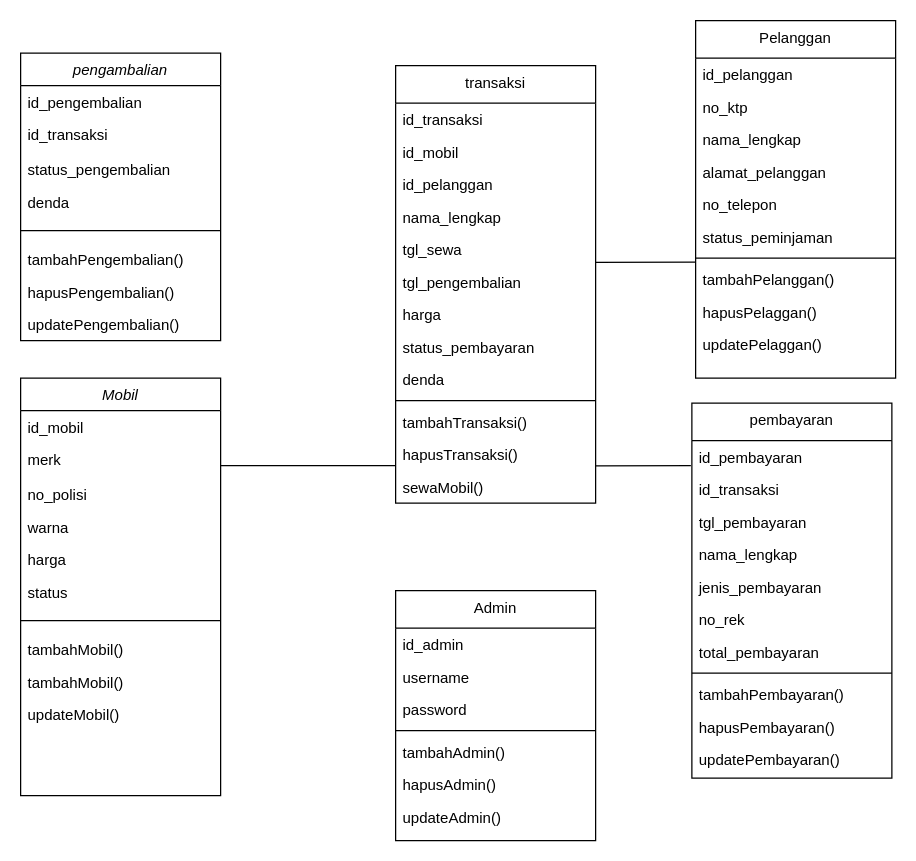
MarshelArd/Basdat keeps this draw.io diagram as class diagram/Untitled Diagram.drawio. Above is the earlier version. Source tidied: cells renumbered, new cells numbered last; positions are measured from the earlier drawing's top-left corner, leaving out a move shared by most shapes. Both pictures are drawn from the tidied source at 125%, with x=0, y=0 at pixel (20, 20).
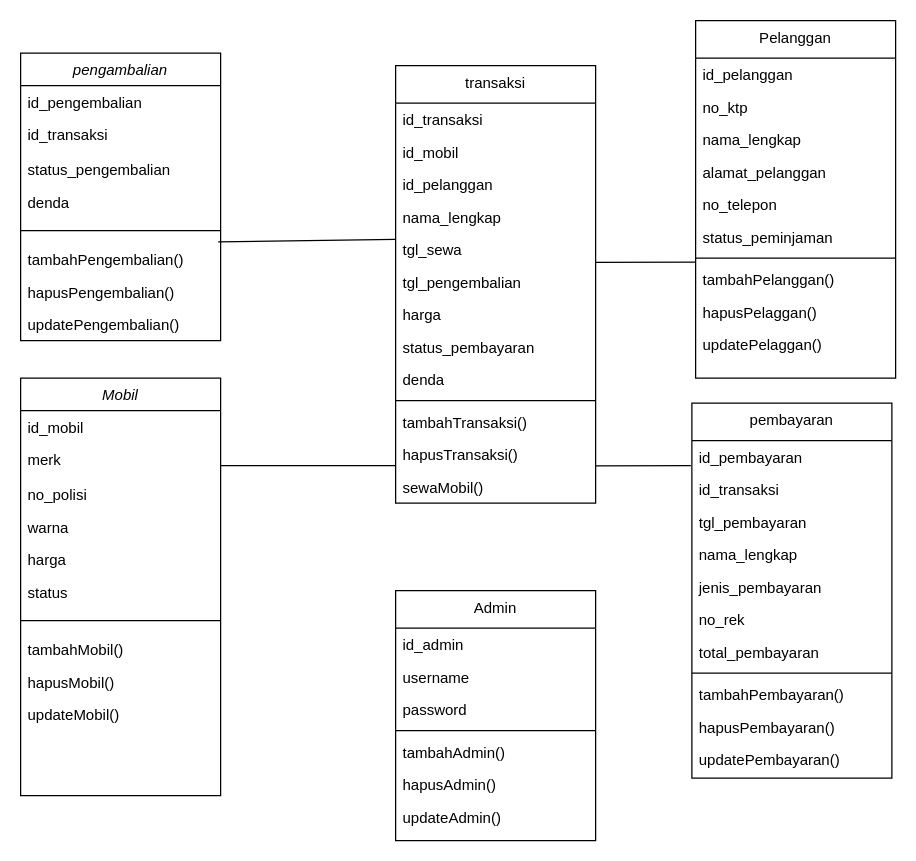
The same page after the edit.

Unchanged cells that the change refers to:
```xml
<mxCell id="2" value="Mobil" style="swimlane;fontStyle=2;align=center;verticalAlign=top;horizontal=1;startSize=26;rounded=0;shadow=0;strokeWidth=1;" parent="1" vertex="1">
  <mxGeometry y="286" width="160" height="334" as="geometry" />
</mxCell>
<mxCell id="18" value="tgl_sewa" style="text;align=left;verticalAlign=top;spacingLeft=4;spacingRight=4;overflow=hidden;points=[[0,0.5],[1,0.5]];portConstraint=eastwest;rounded=0;shadow=0;html=0;" parent="13" vertex="1">
  <mxGeometry y="134" width="160" height="26" as="geometry" />
</mxCell>
<mxCell id="58" value="tambahPengembalian()" style="text;align=left;verticalAlign=top;spacingLeft=4;spacingRight=4;overflow=hidden;points=[[0,0.5],[1,0.5]];portConstraint=eastwest;" parent="52" vertex="1">
  <mxGeometry y="152" width="160" height="26" as="geometry" />
</mxCell>
```

Diff of the diagram source:
```diff
@@
-    <mxCell id="11" value="tambahMobil()" style="text;align=left;verticalAlign=top;spacingLeft=4;spacingRight=4;overflow=hidden;" parent="2" vertex="1">
+    <mxCell id="11" value="hapusMobil()" style="text;align=left;verticalAlign=top;spacingLeft=4;spacingRight=4;overflow=hidden;" parent="2" vertex="1">
       <mxGeometry y="230" width="160" height="26" as="geometry" />
     </mxCell>
@@
+    <mxCell id="70" style="endArrow=none;html=1;rounded=0;entryX=0;entryY=0.192;entryDx=0;entryDy=0;entryPerimeter=0;exitX=0.988;exitY=-0.038;exitDx=0;exitDy=0;exitPerimeter=0;" parent="1" edge="1" source="58" target="18">
+      <mxGeometry relative="1" as="geometry" />
+    </mxCell>
```
